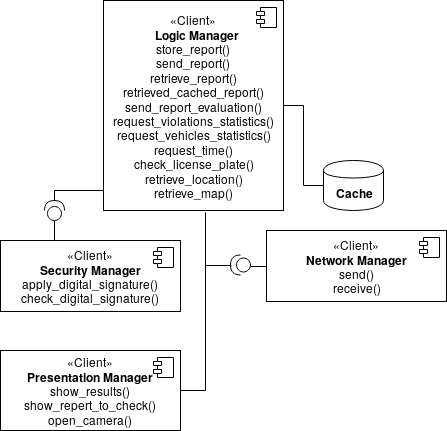
The draw.io diagram DD/img/component_interface_diagrams/client_component_interface.png in dariomiceli3/SafeStreet, before a commit. Source tidied: cells renumbered, new cells last; positions are measured from the earlier drawing's top-left corner, leaving out a move shared by most shapes.
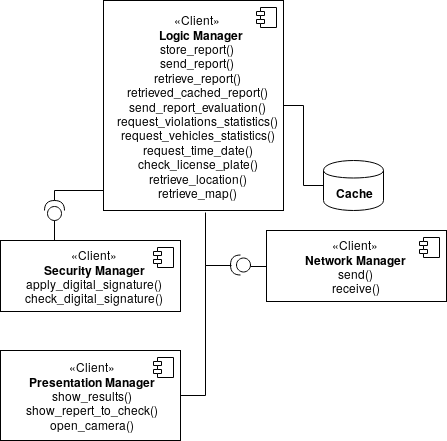
The same file after the commit.

The edit, as a diff of the source:
```diff
@@ -21,8 +21,8 @@
         <mxPoint x="-27" y="7" as="offset" />
       </mxGeometry>
     </mxCell>
-    <mxCell id="7" value="«Client»&lt;br&gt;&lt;div&gt;&lt;b&gt;Presentation Manager&lt;/b&gt;&lt;/div&gt;show_results()&lt;br&gt;show_repert_to_check()&lt;br&gt;open_camera()" style="html=1;" parent="1" vertex="1">
-      <mxGeometry y="350" width="180" height="80" as="geometry" />
+    <mxCell id="7" value="«Client»&lt;br&gt;&lt;div&gt;&lt;b&gt;Presentation Manager&lt;/b&gt;&lt;/div&gt;show_results()&lt;br&gt;show_repert_to_check()&lt;br&gt;&lt;div&gt;open_camera()&lt;/div&gt;" style="html=1;" parent="1" vertex="1">
+      <mxGeometry y="350" width="180" height="90" as="geometry" />
     </mxCell>
     <mxCell id="8" style="shape=component;jettyWidth=8;jettyHeight=4;" parent="7" vertex="1">
       <mxGeometry x="1" width="20" height="20" relative="1" as="geometry">
@@ -55,7 +55,7 @@
         </Array>
       </mxGeometry>
     </mxCell>
-    <mxCell id="15" value="«Client»&lt;br&gt;&lt;div&gt;&lt;b&gt;&amp;nbsp; Logic Manager&lt;/b&gt;&lt;/div&gt;store_report()&lt;br&gt;send_report() &lt;br&gt;retrieve_report()&lt;br&gt;retrieved_cached_report() &lt;br&gt;send_report_evaluation()&lt;br&gt;request_violations_statistics()&lt;br&gt;&lt;div&gt;request_vehicles_statistics()&lt;/div&gt;&lt;div&gt;request_time()&lt;/div&gt;&lt;div&gt;check_license_plate()&lt;/div&gt;&lt;div&gt;retrieve_location()&lt;/div&gt;&lt;div&gt;retrieve_map()&lt;br&gt;&lt;/div&gt;" style="html=1;" parent="1" vertex="1">
+    <mxCell id="15" value="«Client»&lt;br&gt;&lt;div&gt;&lt;b&gt;&amp;nbsp; Logic Manager&lt;/b&gt;&lt;/div&gt;store_report()&lt;br&gt;send_report() &lt;br&gt;retrieve_report()&lt;br&gt;retrieved_cached_report() &lt;br&gt;send_report_evaluation()&lt;br&gt;request_violations_statistics()&lt;br&gt;&lt;div&gt;request_vehicles_statistics()&lt;/div&gt;&lt;div&gt;request_time_date()&lt;/div&gt;&lt;div&gt;check_license_plate()&lt;/div&gt;&lt;div&gt;retrieve_location()&lt;/div&gt;&lt;div&gt;retrieve_map()&lt;br&gt;&lt;/div&gt;" style="html=1;" parent="1" vertex="1">
       <mxGeometry x="103" width="180" height="210" as="geometry" />
     </mxCell>
     <mxCell id="16" style="shape=component;jettyWidth=8;jettyHeight=4;" parent="15" vertex="1">
```
